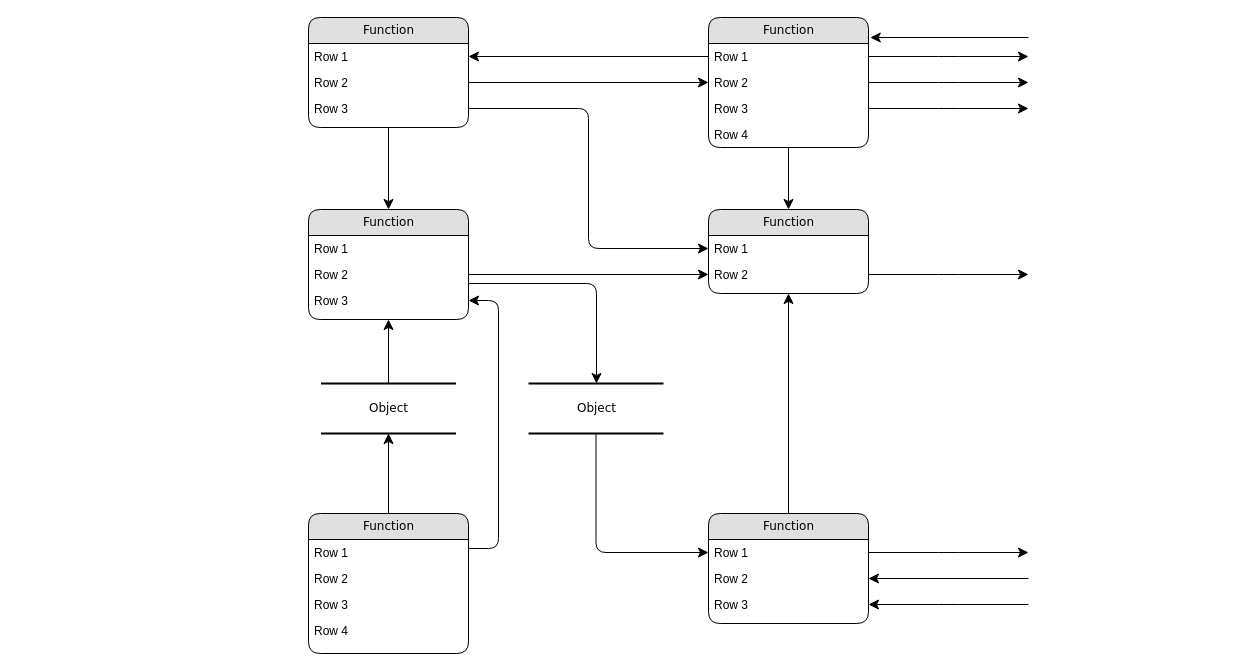
Earlier version of the draw.io diagram Diagrama sem nome.drawio (camila-f-s/camila-f-s). Source tidied: cells renumbered, new cells numbered last; positions are measured from the earlier drawing's top-left corner, leaving out a move shared by most shapes. Both pictures are drawn from the tidied source at 100%, with x=0, y=0 at pixel (308, 17).
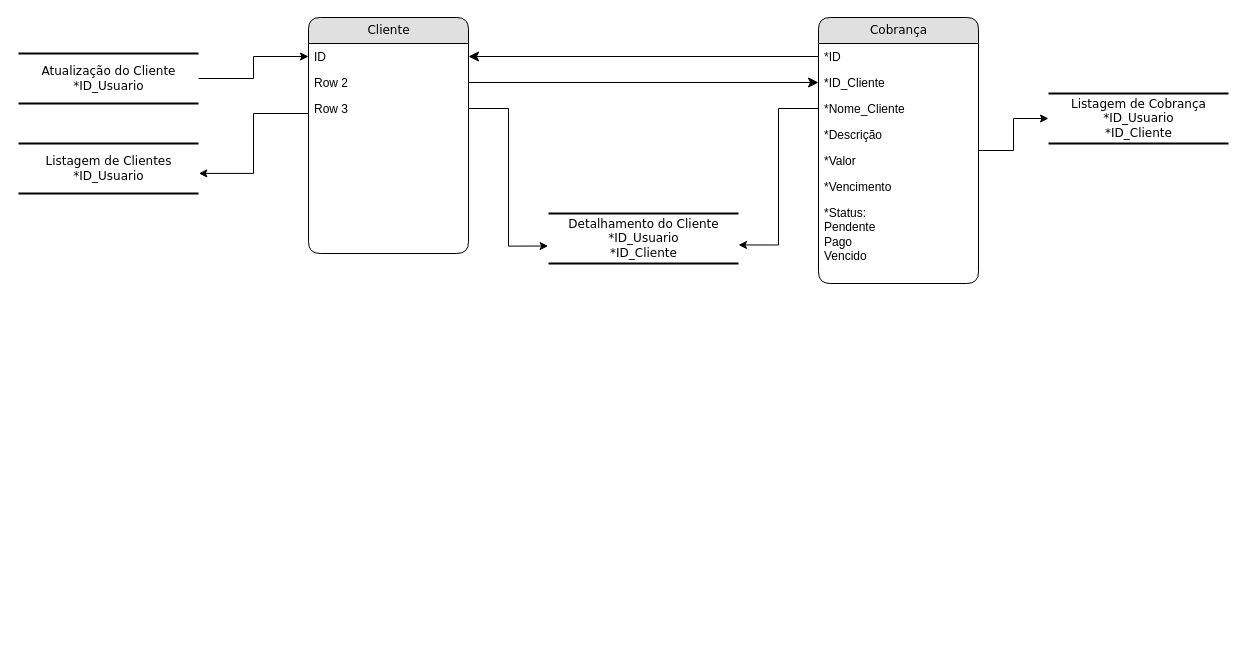
Above is the later version.

The change refers to these unchanged cells:
```xml
<mxCell id="5" value="Row 2" style="text;html=1;strokeColor=none;fillColor=none;spacingLeft=4;spacingRight=4;whiteSpace=wrap;overflow=hidden;points=[[0,0.5],[1,0.5]];portConstraint=eastwest;" parent="3" vertex="1">
  <mxGeometry y="52" width="160" height="26" as="geometry" />
</mxCell>
<mxCell id="6" value="Row 3" style="text;html=1;strokeColor=none;fillColor=none;spacingLeft=4;spacingRight=4;whiteSpace=wrap;overflow=hidden;points=[[0,0.5],[1,0.5]];portConstraint=eastwest;" parent="3" vertex="1">
  <mxGeometry y="78" width="160" height="26" as="geometry" />
</mxCell>
```

Change to the diagram source:
```diff
@@
-    <mxCell id="2" value="Object" style="html=1;rounded=0;shadow=0;comic=0;labelBackgroundColor=none;strokeWidth=2;fontFamily=Verdana;fontSize=12;align=center;shape=mxgraph.ios7ui.horLines;" parent="1" vertex="1">
-      <mxGeometry x="12.5" y="366" width="135" height="50" as="geometry" />
-    </mxCell>
-    <mxCell id="3" value="Function" style="swimlane;html=1;fontStyle=0;horizontal=1;startSize=26;fillColor=#e0e0e0;swimlaneFillColor=#ffffff;align=center;rounded=1;shadow=0;comic=0;labelBackgroundColor=none;strokeWidth=1;fontFamily=Verdana;fontSize=12;" parent="1" vertex="1">
-      <mxGeometry width="160" height="110" as="geometry" />
+    <mxCell id="3" value="Cliente" style="swimlane;html=1;fontStyle=0;horizontal=1;startSize=26;fillColor=#e0e0e0;swimlaneFillColor=#ffffff;align=center;rounded=1;shadow=0;comic=0;labelBackgroundColor=none;strokeWidth=1;fontFamily=Verdana;fontSize=12;" parent="1" vertex="1">
+      <mxGeometry width="160" height="236" as="geometry" />
     </mxCell>
-    <mxCell id="4" value="Row 1" style="text;html=1;strokeColor=none;fillColor=none;spacingLeft=4;spacingRight=4;whiteSpace=wrap;overflow=hidden;points=[[0,0.5],[1,0.5]];portConstraint=eastwest;" parent="3" vertex="1">
+    <mxCell id="4" value="ID" style="text;html=1;strokeColor=none;fillColor=none;spacingLeft=4;spacingRight=4;whiteSpace=wrap;overflow=hidden;points=[[0,0.5],[1,0.5]];portConstraint=eastwest;" parent="3" vertex="1">
       <mxGeometry y="26" width="160" height="26" as="geometry" />
     </mxCell>
@@
+    <mxCell id="49" style="edgeStyle=orthogonalEdgeStyle;rounded=0;jettySize=auto;html=1;" parent="1" edge="1" source="7" target="60">
+      <mxGeometry relative="1" as="geometry" />
+    </mxCell>
-    <mxCell id="7" value="Function" style="swimlane;html=1;fontStyle=0;horizontal=1;startSize=26;fillColor=#e0e0e0;swimlaneFillColor=#ffffff;align=center;rounded=1;shadow=0;comic=0;labelBackgroundColor=none;strokeWidth=1;fontFamily=Verdana;fontSize=12;" parent="1" vertex="1">
-      <mxGeometry x="400" width="160" height="130" as="geometry" />
+    <mxCell id="7" value="Cobrança" style="swimlane;html=1;fontStyle=0;horizontal=1;startSize=26;fillColor=#e0e0e0;swimlaneFillColor=#ffffff;align=center;rounded=1;shadow=0;comic=0;labelBackgroundColor=none;strokeWidth=1;fontFamily=Verdana;fontSize=12;" parent="1" vertex="1">
+      <mxGeometry x="510" width="160" height="266" as="geometry" />
     </mxCell>
-    <mxCell id="8" value="Row 1" style="text;html=1;strokeColor=none;fillColor=none;spacingLeft=4;spacingRight=4;whiteSpace=wrap;overflow=hidden;points=[[0,0.5],[1,0.5]];portConstraint=eastwest;" parent="7" vertex="1">
+    <mxCell id="8" value="*ID" style="text;html=1;strokeColor=none;fillColor=none;spacingLeft=4;spacingRight=4;whiteSpace=wrap;overflow=hidden;points=[[0,0.5],[1,0.5]];portConstraint=eastwest;" parent="7" vertex="1">
       <mxGeometry y="26" width="160" height="26" as="geometry" />
     </mxCell>
-    <mxCell id="9" value="Row 2" style="text;html=1;strokeColor=none;fillColor=none;spacingLeft=4;spacingRight=4;whiteSpace=wrap;overflow=hidden;points=[[0,0.5],[1,0.5]];portConstraint=eastwest;" parent="7" vertex="1">
+    <mxCell id="9" value="*ID_Cliente" style="text;html=1;strokeColor=none;fillColor=none;spacingLeft=4;spacingRight=4;whiteSpace=wrap;overflow=hidden;points=[[0,0.5],[1,0.5]];portConstraint=eastwest;" parent="7" vertex="1">
       <mxGeometry y="52" width="160" height="26" as="geometry" />
     </mxCell>
-    <mxCell id="10" value="Row 3" style="text;html=1;strokeColor=none;fillColor=none;spacingLeft=4;spacingRight=4;whiteSpace=wrap;overflow=hidden;points=[[0,0.5],[1,0.5]];portConstraint=eastwest;" parent="7" vertex="1">
+    <mxCell id="10" value="*Nome_Cliente" style="text;html=1;strokeColor=none;fillColor=none;spacingLeft=4;spacingRight=4;whiteSpace=wrap;overflow=hidden;points=[[0,0.5],[1,0.5]];portConstraint=eastwest;" parent="7" vertex="1">
       <mxGeometry y="78" width="160" height="26" as="geometry" />
     </mxCell>
-    <mxCell id="11" value="Row 4" style="text;html=1;strokeColor=none;fillColor=none;spacingLeft=4;spacingRight=4;whiteSpace=wrap;overflow=hidden;" parent="7" vertex="1">
+    <mxCell id="11" value="*Descrição" style="text;html=1;strokeColor=none;fillColor=none;spacingLeft=4;spacingRight=4;whiteSpace=wrap;overflow=hidden;" parent="7" vertex="1">
       <mxGeometry y="104" width="160" height="26" as="geometry" />
     </mxCell>
-    <mxCell id="12" value="Function" style="swimlane;html=1;fontStyle=0;horizontal=1;startSize=26;fillColor=#e0e0e0;swimlaneFillColor=#ffffff;align=center;rounded=1;shadow=0;comic=0;labelBackgroundColor=none;strokeWidth=1;fontFamily=Verdana;fontSize=12;" parent="1" vertex="1">
-      <mxGeometry y="192" width="160" height="110" as="geometry" />
-    </mxCell>
-    <mxCell id="13" value="Row 1" style="text;html=1;strokeColor=none;fillColor=none;spacingLeft=4;spacingRight=4;whiteSpace=wrap;overflow=hidden;" parent="12" vertex="1">
-      <mxGeometry y="26" width="160" height="26" as="geometry" />
-    </mxCell>
-    <mxCell id="14" value="Row 2" style="text;html=1;strokeColor=none;fillColor=none;spacingLeft=4;spacingRight=4;whiteSpace=wrap;overflow=hidden;points=[[0,0.5],[1,0.5]];portConstraint=eastwest;" parent="12" vertex="1">
-      <mxGeometry y="52" width="160" height="26" as="geometry" />
-    </mxCell>
-    <mxCell id="15" value="Row 3" style="text;html=1;strokeColor=none;fillColor=none;spacingLeft=4;spacingRight=4;whiteSpace=wrap;overflow=hidden;points=[[0,0.5],[1,0.5]];portConstraint=eastwest;" parent="12" vertex="1">
-      <mxGeometry y="78" width="160" height="26" as="geometry" />
-    </mxCell>
-    <mxCell id="16" value="Function" style="swimlane;html=1;fontStyle=0;horizontal=1;startSize=26;fillColor=#e0e0e0;swimlaneFillColor=#ffffff;align=center;rounded=1;shadow=0;comic=0;labelBackgroundColor=none;strokeWidth=1;fontFamily=Verdana;fontSize=12;" parent="1" vertex="1">
-      <mxGeometry y="496" width="160" height="140" as="geometry" />
-    </mxCell>
-    <mxCell id="17" value="Row 1" style="text;html=1;strokeColor=none;fillColor=none;spacingLeft=4;spacingRight=4;whiteSpace=wrap;overflow=hidden;" parent="16" vertex="1">
-      <mxGeometry y="26" width="160" height="26" as="geometry" />
-    </mxCell>
-    <mxCell id="18" value="Row 2" style="text;html=1;strokeColor=none;fillColor=none;spacingLeft=4;spacingRight=4;whiteSpace=wrap;overflow=hidden;" parent="16" vertex="1">
-      <mxGeometry y="52" width="160" height="26" as="geometry" />
-    </mxCell>
-    <mxCell id="19" value="Row 3" style="text;html=1;strokeColor=none;fillColor=none;spacingLeft=4;spacingRight=4;whiteSpace=wrap;overflow=hidden;" parent="16" vertex="1">
-      <mxGeometry y="78" width="160" height="26" as="geometry" />
-    </mxCell>
-    <mxCell id="20" value="Row 4" style="text;html=1;strokeColor=none;fillColor=none;spacingLeft=4;spacingRight=4;whiteSpace=wrap;overflow=hidden;" parent="16" vertex="1">
-      <mxGeometry y="104" width="160" height="26" as="geometry" />
-    </mxCell>
-    <mxCell id="21" value="Function" style="swimlane;html=1;fontStyle=0;horizontal=1;startSize=26;fillColor=#e0e0e0;swimlaneFillColor=#ffffff;align=center;rounded=1;shadow=0;comic=0;labelBackgroundColor=none;strokeWidth=1;fontFamily=Verdana;fontSize=12;" parent="1" vertex="1">
-      <mxGeometry x="400" y="192" width="160" height="84" as="geometry" />
-    </mxCell>
-    <mxCell id="22" value="Row 1" style="text;html=1;strokeColor=none;fillColor=none;spacingLeft=4;spacingRight=4;whiteSpace=wrap;overflow=hidden;points=[[0,0.5],[1,0.5]];portConstraint=eastwest;" parent="21" vertex="1">
-      <mxGeometry y="26" width="160" height="26" as="geometry" />
-    </mxCell>
-    <mxCell id="23" value="Row 2" style="text;html=1;strokeColor=none;fillColor=none;spacingLeft=4;spacingRight=4;whiteSpace=wrap;overflow=hidden;points=[[0,0.5],[1,0.5]];portConstraint=eastwest;" parent="21" vertex="1">
-      <mxGeometry y="52" width="160" height="26" as="geometry" />
-    </mxCell>
-    <mxCell id="24" value="Function" style="swimlane;html=1;fontStyle=0;horizontal=1;startSize=26;fillColor=#e0e0e0;swimlaneFillColor=#ffffff;align=center;rounded=1;shadow=0;comic=0;labelBackgroundColor=none;strokeWidth=1;fontFamily=Verdana;fontSize=12;" parent="1" vertex="1">
-      <mxGeometry x="400" y="496" width="160" height="110" as="geometry" />
-    </mxCell>
-    <mxCell id="25" value="Row 1" style="text;html=1;strokeColor=none;fillColor=none;spacingLeft=4;spacingRight=4;whiteSpace=wrap;overflow=hidden;points=[[0,0.5],[1,0.5]];portConstraint=eastwest;" parent="24" vertex="1">
-      <mxGeometry y="26" width="160" height="26" as="geometry" />
-    </mxCell>
-    <mxCell id="26" value="Row 2" style="text;html=1;strokeColor=none;fillColor=none;spacingLeft=4;spacingRight=4;whiteSpace=wrap;overflow=hidden;points=[[0,0.5],[1,0.5]];portConstraint=eastwest;" parent="24" vertex="1">
-      <mxGeometry y="52" width="160" height="26" as="geometry" />
-    </mxCell>
-    <mxCell id="27" value="Row 3" style="text;html=1;strokeColor=none;fillColor=none;spacingLeft=4;spacingRight=4;whiteSpace=wrap;overflow=hidden;points=[[0,0.5],[1,0.5]];portConstraint=eastwest;" parent="24" vertex="1">
-      <mxGeometry y="78" width="160" height="26" as="geometry" />
-    </mxCell>
-    <mxCell id="28" value="Object" style="html=1;rounded=0;shadow=0;comic=0;labelBackgroundColor=none;strokeWidth=2;fontFamily=Verdana;fontSize=12;align=center;shape=mxgraph.ios7ui.horLines;" parent="1" vertex="1">
-      <mxGeometry x="220" y="366" width="135" height="50" as="geometry" />
-    </mxCell>
-    <mxCell id="29" style="edgeStyle=none;html=1;labelBackgroundColor=none;startFill=0;startSize=8;endFill=1;endSize=8;fontFamily=Verdana;fontSize=12;" parent="1" edge="1" source="16" target="2">
-      <mxGeometry relative="1" as="geometry" />
-    </mxCell>
-    <mxCell id="30" style="edgeStyle=none;html=1;labelBackgroundColor=none;startFill=0;startSize=8;endFill=1;endSize=8;fontFamily=Verdana;fontSize=12;" parent="1" edge="1" source="2" target="12">
-      <mxGeometry relative="1" as="geometry" />
-    </mxCell>
-    <mxCell id="31" style="edgeStyle=orthogonalEdgeStyle;html=1;labelBackgroundColor=none;startFill=0;startSize=8;endFill=1;endSize=8;fontFamily=Verdana;fontSize=12;exitX=1;exitY=0.25;entryX=1;entryY=0.5;" parent="1" edge="1" source="16" target="15">
-      <mxGeometry relative="1" as="geometry">
-        <Array as="points">
-          <mxPoint x="190" y="531" />
-          <mxPoint x="190" y="283" />
-        </Array>
-      </mxGeometry>
-    </mxCell>
-    <mxCell id="32" style="edgeStyle=orthogonalEdgeStyle;html=1;labelBackgroundColor=none;startFill=0;startSize=8;endFill=1;endSize=8;fontFamily=Verdana;fontSize=12;" parent="1" edge="1" source="28" target="25">
-      <mxGeometry x="-0.13" y="32" relative="1" as="geometry" />
-    </mxCell>
-    <mxCell id="33" style="edgeStyle=orthogonalEdgeStyle;html=1;labelBackgroundColor=none;startFill=0;startSize=8;endFill=1;endSize=8;fontFamily=Verdana;fontSize=12;" parent="1" edge="1" source="12" target="28">
-      <mxGeometry relative="1" as="geometry">
-        <Array as="points">
-          <mxPoint x="288" y="266" />
-        </Array>
-      </mxGeometry>
-    </mxCell>
-    <mxCell id="34" style="edgeStyle=orthogonalEdgeStyle;html=1;labelBackgroundColor=none;startFill=0;startSize=8;endFill=1;endSize=8;fontFamily=Verdana;fontSize=12;" parent="1" edge="1" source="3" target="12">
-      <mxGeometry relative="1" as="geometry" />
-    </mxCell>
-    <mxCell id="35" style="edgeStyle=orthogonalEdgeStyle;html=1;labelBackgroundColor=none;startFill=0;startSize=8;endFill=1;endSize=8;fontFamily=Verdana;fontSize=12;" parent="1" edge="1" source="24" target="21">
-      <mxGeometry relative="1" as="geometry" />
-    </mxCell>
-    <mxCell id="36" style="edgeStyle=orthogonalEdgeStyle;html=1;labelBackgroundColor=none;startFill=0;startSize=8;endFill=1;endSize=8;fontFamily=Verdana;fontSize=12;" parent="1" edge="1" source="7" target="21">
-      <mxGeometry relative="1" as="geometry" />
-    </mxCell>
+    <mxCell id="50" value="*Valor" style="text;html=1;strokeColor=none;fillColor=none;spacingLeft=4;spacingRight=4;whiteSpace=wrap;overflow=hidden;" parent="7" vertex="1">
+      <mxGeometry y="130" width="160" height="26" as="geometry" />
+    </mxCell>
+    <mxCell id="51" value="*Vencimento" style="text;html=1;strokeColor=none;fillColor=none;spacingLeft=4;spacingRight=4;whiteSpace=wrap;overflow=hidden;" parent="7" vertex="1">
+      <mxGeometry y="156" width="160" height="26" as="geometry" />
+    </mxCell>
+    <mxCell id="52" value="*Status:&lt;br&gt;&lt;span style=&quot;background-color: initial;&quot;&gt;Pendente&amp;nbsp;&lt;br&gt;&lt;/span&gt;&lt;span style=&quot;background-color: initial;&quot;&gt;Pago&amp;nbsp;&lt;br&gt;&lt;/span&gt;&lt;span style=&quot;background-color: initial;&quot;&gt;Vencido&lt;/span&gt;&lt;span style=&quot;background-color: initial;&quot;&gt;&lt;br&gt;&lt;/span&gt;" style="text;html=1;strokeColor=none;fillColor=none;spacingLeft=4;spacingRight=4;whiteSpace=wrap;overflow=hidden;" parent="7" vertex="1">
+      <mxGeometry y="182" width="160" height="68" as="geometry" />
+    </mxCell>
@@
-    <mxCell id="39" style="edgeStyle=orthogonalEdgeStyle;html=1;exitX=1;exitY=0.5;entryX=0;entryY=0.5;labelBackgroundColor=none;startFill=0;startSize=8;endFill=1;endSize=8;fontFamily=Verdana;fontSize=12;" parent="1" edge="1" source="6" target="22">
-      <mxGeometry relative="1" as="geometry" />
-    </mxCell>
-    <mxCell id="40" style="edgeStyle=orthogonalEdgeStyle;html=1;exitX=1;exitY=0.5;entryX=0;entryY=0.5;labelBackgroundColor=none;startFill=0;startSize=8;endFill=1;endSize=8;fontFamily=Verdana;fontSize=12;" parent="1" edge="1" source="14" target="23">
-      <mxGeometry relative="1" as="geometry" />
-    </mxCell>
-    <mxCell id="41" style="edgeStyle=orthogonalEdgeStyle;html=1;labelBackgroundColor=none;startFill=0;startSize=8;endFill=1;endSize=8;fontFamily=Verdana;fontSize=12;" parent="1" edge="1" source="23">
-      <mxGeometry relative="1" as="geometry">
-        <mxPoint x="720" y="257" as="targetPoint" />
-      </mxGeometry>
-    </mxCell>
-    <mxCell id="42" style="edgeStyle=orthogonalEdgeStyle;html=1;exitX=1;exitY=0.5;labelBackgroundColor=none;startFill=0;startSize=8;endFill=1;endSize=8;fontFamily=Verdana;fontSize=12;" parent="1" edge="1" source="25">
-      <mxGeometry relative="1" as="geometry">
-        <mxPoint x="720" y="535" as="targetPoint" />
-      </mxGeometry>
-    </mxCell>
-    <mxCell id="43" style="edgeStyle=orthogonalEdgeStyle;html=1;labelBackgroundColor=none;startFill=0;startSize=8;endFill=1;endSize=8;fontFamily=Verdana;fontSize=12;entryX=1;entryY=0.5;" parent="1" edge="1" target="26">
-      <mxGeometry relative="1" as="geometry">
-        <mxPoint x="720" y="561" as="sourcePoint" />
-        <Array as="points">
-          <mxPoint x="720" y="561" />
-        </Array>
-      </mxGeometry>
-    </mxCell>
-    <mxCell id="44" style="edgeStyle=orthogonalEdgeStyle;html=1;labelBackgroundColor=none;startFill=0;startSize=8;endFill=1;endSize=8;fontFamily=Verdana;fontSize=12;entryX=1;entryY=0.5;" parent="1" edge="1" target="27">
-      <mxGeometry relative="1" as="geometry">
-        <mxPoint x="720" y="587" as="sourcePoint" />
-        <Array as="points">
-          <mxPoint x="640" y="587" />
-          <mxPoint x="640" y="587" />
-        </Array>
-      </mxGeometry>
-    </mxCell>
-    <mxCell id="45" style="edgeStyle=orthogonalEdgeStyle;html=1;exitX=1;exitY=0.5;labelBackgroundColor=none;startFill=0;startSize=8;endFill=1;endSize=8;fontFamily=Verdana;fontSize=12;" parent="1" edge="1" source="8">
-      <mxGeometry relative="1" as="geometry">
-        <mxPoint x="720" y="39" as="targetPoint" />
-      </mxGeometry>
-    </mxCell>
-    <mxCell id="46" style="edgeStyle=orthogonalEdgeStyle;html=1;exitX=1;exitY=0.5;labelBackgroundColor=none;startFill=0;startSize=8;endFill=1;endSize=8;fontFamily=Verdana;fontSize=12;" parent="1" edge="1" source="9">
-      <mxGeometry relative="1" as="geometry">
-        <mxPoint x="720" y="65" as="targetPoint" />
-      </mxGeometry>
-    </mxCell>
-    <mxCell id="47" style="edgeStyle=orthogonalEdgeStyle;html=1;exitX=1;exitY=0.5;labelBackgroundColor=none;startFill=0;startSize=8;endFill=1;endSize=8;fontFamily=Verdana;fontSize=12;" parent="1" edge="1" source="10">
-      <mxGeometry relative="1" as="geometry">
-        <mxPoint x="720" y="91" as="targetPoint" />
-      </mxGeometry>
-    </mxCell>
-    <mxCell id="48" style="edgeStyle=elbowEdgeStyle;html=1;labelBackgroundColor=none;startFill=0;startSize=8;endFill=1;endSize=8;fontFamily=Verdana;fontSize=12;elbow=vertical;entryX=1.011;entryY=0.152;entryPerimeter=0;" parent="1" edge="1" target="7">
-      <mxGeometry relative="1" as="geometry">
-        <mxPoint x="720" y="20" as="sourcePoint" />
-        <Array as="points">
-          <mxPoint x="650" y="20" />
-        </Array>
-      </mxGeometry>
-    </mxCell>
+    <mxCell id="53" value="Atualização do Cliente&lt;br&gt;*ID_Usuario" style="html=1;rounded=0;shadow=0;comic=0;labelBackgroundColor=none;strokeWidth=2;fontFamily=Verdana;fontSize=12;align=center;shape=mxgraph.ios7ui.horLines;" parent="1" vertex="1">
+      <mxGeometry x="-290" y="36" width="180" height="50" as="geometry" />
+    </mxCell>
+    <mxCell id="54" style="edgeStyle=orthogonalEdgeStyle;rounded=0;jettySize=auto;html=1;" parent="1" edge="1" source="53" target="4">
+      <mxGeometry relative="1" as="geometry" />
+    </mxCell>
+    <mxCell id="55" value="Detalhamento do Cliente&lt;br&gt;*ID_Usuario&lt;br&gt;*ID_Cliente" style="html=1;rounded=0;shadow=0;comic=0;labelBackgroundColor=none;strokeWidth=2;fontFamily=Verdana;fontSize=12;align=center;shape=mxgraph.ios7ui.horLines;" parent="1" vertex="1">
+      <mxGeometry x="240" y="196" width="190" height="50" as="geometry" />
+    </mxCell>
+    <mxCell id="56" style="edgeStyle=orthogonalEdgeStyle;rounded=0;jettySize=auto;html=1;entryX=-0.002;entryY=0.651;entryDx=0;entryDy=0;entryPerimeter=0;" parent="1" edge="1" source="6" target="55">
+      <mxGeometry relative="1" as="geometry" />
+    </mxCell>
+    <mxCell id="57" style="edgeStyle=orthogonalEdgeStyle;rounded=0;jettySize=auto;html=1;exitX=0;exitY=0.5;exitDx=0;exitDy=0;entryX=1;entryY=0.629;entryDx=0;entryDy=0;entryPerimeter=0;" parent="1" edge="1" source="10" target="55">
+      <mxGeometry relative="1" as="geometry" />
+    </mxCell>
+    <mxCell id="58" value="Listagem de Clientes&lt;br&gt;*ID_Usuario" style="html=1;rounded=0;shadow=0;comic=0;labelBackgroundColor=none;strokeWidth=2;fontFamily=Verdana;fontSize=12;align=center;shape=mxgraph.ios7ui.horLines;" parent="1" vertex="1">
+      <mxGeometry x="-290" y="126" width="180" height="50" as="geometry" />
+    </mxCell>
+    <mxCell id="59" style="edgeStyle=orthogonalEdgeStyle;rounded=0;jettySize=auto;html=1;exitX=0;exitY=0.5;exitDx=0;exitDy=0;entryX=1.002;entryY=0.598;entryDx=0;entryDy=0;entryPerimeter=0;" parent="1" edge="1" source="5" target="58">
+      <mxGeometry relative="1" as="geometry">
+        <Array as="points">
+          <mxPoint y="96" />
+          <mxPoint x="-55" y="96" />
+          <mxPoint x="-55" y="156" />
+        </Array>
+      </mxGeometry>
+    </mxCell>
+    <mxCell id="60" value="Listagem de Cobrança&lt;br&gt;*ID_Usuario&lt;br&gt;*ID_Cliente" style="html=1;rounded=0;shadow=0;comic=0;labelBackgroundColor=none;strokeWidth=2;fontFamily=Verdana;fontSize=12;align=center;shape=mxgraph.ios7ui.horLines;" parent="1" vertex="1">
+      <mxGeometry x="740" y="76" width="180" height="50" as="geometry" />
+    </mxCell>
```
